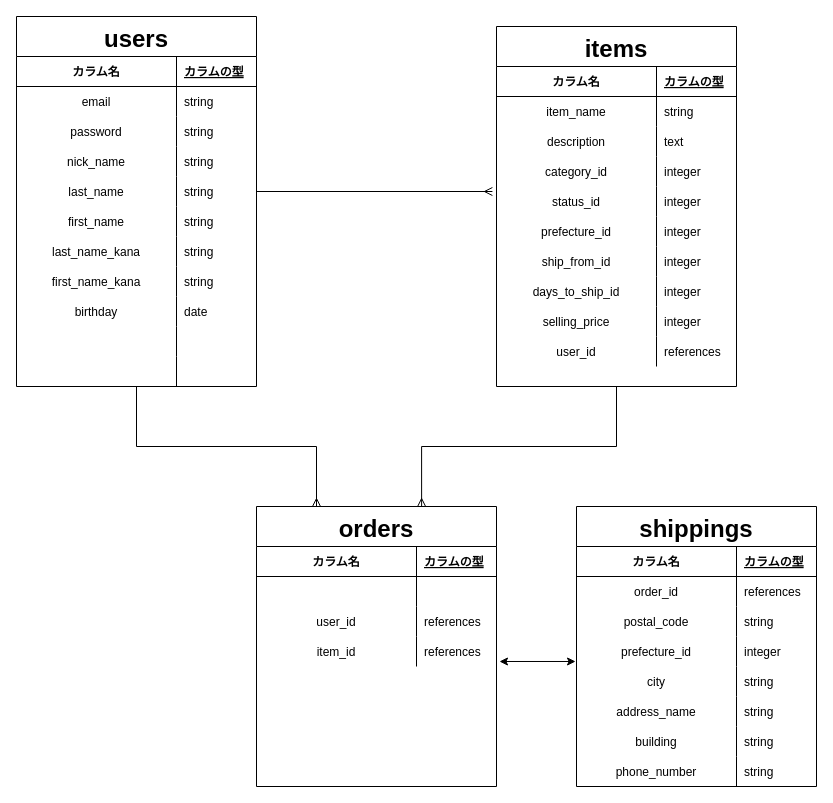
Before: ER.dio in iniwa-takaya/furima-35690, a draw.io diagram. Source tidied: cells renumbered, new cells numbered last; positions are measured from the earlier drawing's top-left corner, leaving out a move shared by most shapes. Both pictures are drawn from the tidied source at 100%, with x=0, y=0 at pixel (16, 16).
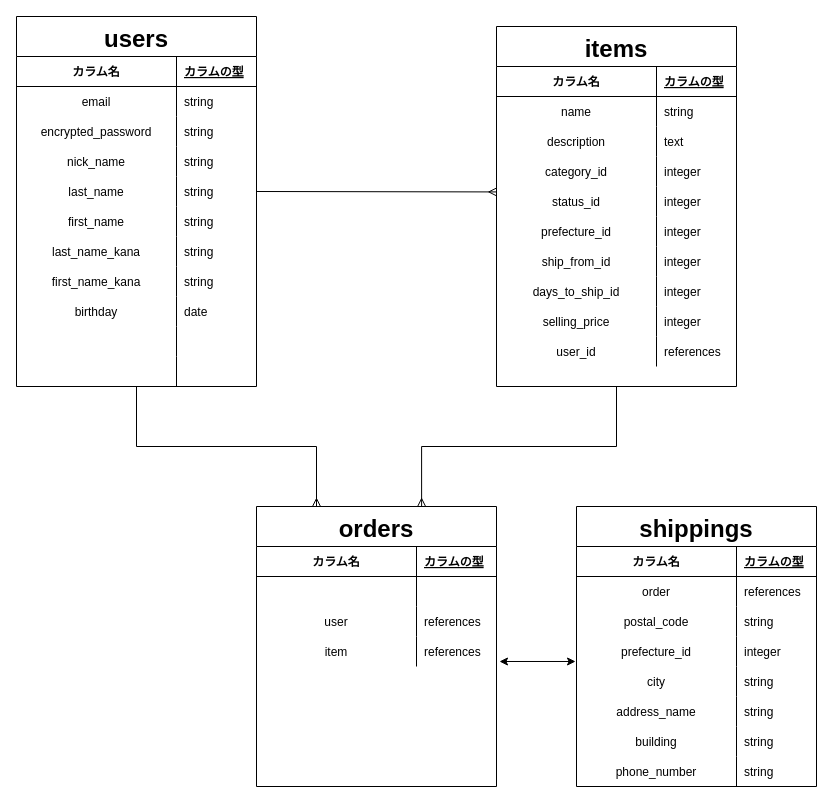
The same diagram, later.

Commit message (it also covers changes not shown here):
ER図・READMEの修正（#1）

The change refers to these unchanged cells:
```xml
<mxCell id="10" style="shape=partialRectangle;fillColor=none;top=0;left=0;bottom=0;right=0;" parent="3" vertex="1">
  <mxGeometry y="100" width="240" height="30" as="geometry" />
</mxCell>
<mxCell id="16" style="shape=partialRectangle;fillColor=none;top=0;left=0;bottom=0;right=0;points=[[0,0.5],[1,0.5]];portConstraint=eastwest;" parent="3" vertex="1">
  <mxGeometry y="160" width="240" height="30" as="geometry" />
</mxCell>
<mxCell id="42" style="shape=partialRectangle;fillColor=none;top=0;left=0;bottom=0;right=0;" parent="38" vertex="1">
  <mxGeometry y="70" width="240" height="30" as="geometry" />
</mxCell>
<mxCell id="51" style="shape=partialRectangle;fillColor=none;top=0;left=0;bottom=0;right=0;points=[[0,0.5],[1,0.5]];portConstraint=eastwest;" parent="38" vertex="1">
  <mxGeometry y="160" width="240" height="30" as="geometry" />
</mxCell>
<mxCell id="73" style="shape=partialRectangle;fillColor=none;top=0;left=0;bottom=0;right=0;" parent="69" vertex="1">
  <mxGeometry y="70" width="240" height="30" as="geometry" />
</mxCell>
<mxCell id="102" style="shape=partialRectangle;fillColor=none;top=0;left=0;bottom=0;right=0;" parent="95" vertex="1">
  <mxGeometry y="100" width="240" height="30" as="geometry" />
</mxCell>
<mxCell id="105" style="shape=partialRectangle;fillColor=none;top=0;left=0;bottom=0;right=0;" parent="95" vertex="1">
  <mxGeometry y="130" width="240" height="30" as="geometry" />
</mxCell>
```

Change to the diagram source:
```diff
@@
-    <mxCell id="11" value="password" style="shape=partialRectangle;fillColor=none;top=0;left=0;bottom=0;right=0;overflow=hidden;" parent="10" vertex="1">
+    <mxCell id="11" value="encrypted_password" style="shape=partialRectangle;fillColor=none;top=0;left=0;bottom=0;right=0;overflow=hidden;" parent="10" vertex="1">
       <mxGeometry width="160" height="30" as="geometry" />
     </mxCell>
@@
-    <mxCell id="43" value="item_name" style="shape=partialRectangle;fillColor=none;top=0;left=0;bottom=0;right=0;overflow=hidden;" parent="42" vertex="1">
+    <mxCell id="43" value="name" style="shape=partialRectangle;fillColor=none;top=0;left=0;bottom=0;right=0;overflow=hidden;" parent="42" vertex="1">
       <mxGeometry width="160" height="30" as="geometry" />
     </mxCell>
@@
-    <mxCell id="74" value="order_id" style="shape=partialRectangle;fillColor=none;top=0;left=0;bottom=0;right=0;overflow=hidden;" parent="73" vertex="1">
+    <mxCell id="74" value="order" style="shape=partialRectangle;fillColor=none;top=0;left=0;bottom=0;right=0;overflow=hidden;" parent="73" vertex="1">
       <mxGeometry width="160" height="30" as="geometry" />
     </mxCell>
@@
-    <mxCell id="103" value="user_id" style="shape=partialRectangle;fillColor=none;top=0;left=0;bottom=0;right=0;overflow=hidden;" parent="102" vertex="1">
+    <mxCell id="103" value="user" style="shape=partialRectangle;fillColor=none;top=0;left=0;bottom=0;right=0;overflow=hidden;" parent="102" vertex="1">
       <mxGeometry width="160" height="30" as="geometry" />
     </mxCell>
@@
-    <mxCell id="106" value="item_id" style="shape=partialRectangle;fillColor=none;top=0;left=0;bottom=0;right=0;overflow=hidden;" parent="105" vertex="1">
+    <mxCell id="106" value="item" style="shape=partialRectangle;fillColor=none;top=0;left=0;bottom=0;right=0;overflow=hidden;" parent="105" vertex="1">
       <mxGeometry width="160" height="30" as="geometry" />
     </mxCell>
@@
-    <mxCell id="109" style="rounded=0;jettySize=auto;html=1;exitX=1;exitY=0.5;exitDx=0;exitDy=0;entryX=-0.017;entryY=0.167;entryDx=0;entryDy=0;entryPerimeter=0;startArrow=none;startFill=0;endArrow=ERmany;endFill=0;fontSize=24;" parent="1" edge="1" source="16" target="51">
+    <mxCell id="109" style="rounded=0;jettySize=auto;html=1;exitX=1;exitY=0.5;exitDx=0;exitDy=0;entryX=0.001;entryY=0.181;entryDx=0;entryDy=0;entryPerimeter=0;startArrow=none;startFill=0;endArrow=ERmany;endFill=0;fontSize=24;" parent="1" edge="1" source="16" target="51">
       <mxGeometry relative="1" as="geometry" />
     </mxCell>
```
